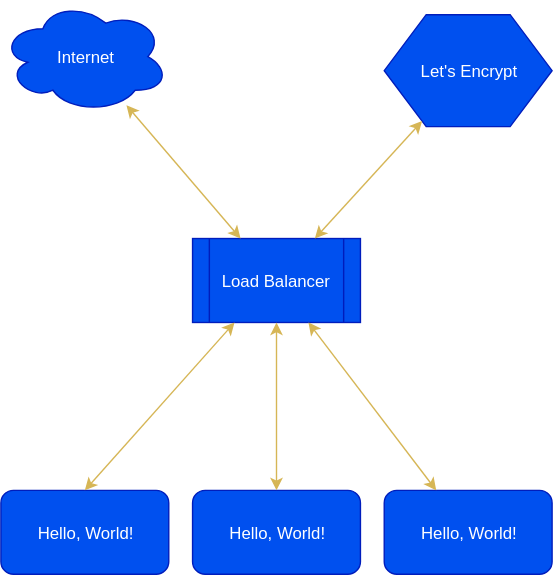
This is docs/assets/images/post/nixos-lb-appserver/design.svg from kalbasit/kalbas.it, a draw.io export, as it was before one commit. Source tidied: cells renumbered, new cells last; positions are measured from the earlier drawing's top-left corner, leaving out a move shared by most shapes.
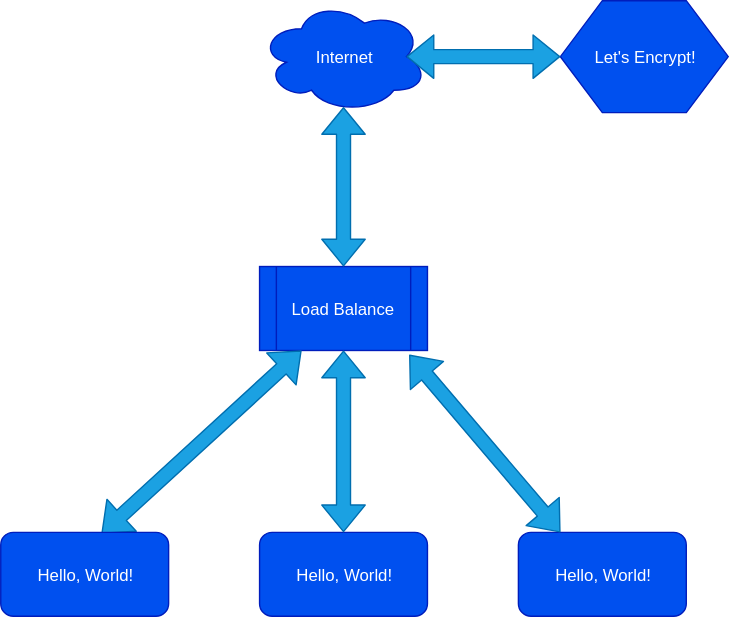
Later version of the same file.

Change to the diagram source:
```diff
@@ -2,38 +2,38 @@
   <root>
     <mxCell id="0" />
     <mxCell id="1" parent="0" />
-    <mxCell id="2" value="Load Balancer&lt;br&gt;" style="shape=process;whiteSpace=wrap;html=1;backgroundOutline=1;fillColor=#0050ef;strokeColor=#001DBC;fontColor=#ffffff;" parent="1" vertex="1">
-      <mxGeometry x="137" y="170" width="120" height="60" as="geometry" />
-    </mxCell>
-    <mxCell id="3" value="Let's Encrypt&lt;br&gt;" style="shape=hexagon;perimeter=hexagonPerimeter2;whiteSpace=wrap;html=1;fillColor=#0050ef;strokeColor=#001DBC;fontColor=#ffffff;" parent="1" vertex="1">
-      <mxGeometry x="274" y="10" width="120" height="80" as="geometry" />
-    </mxCell>
-    <mxCell id="4" value="Hello, World!&lt;br&gt;" style="rounded=1;whiteSpace=wrap;html=1;fillColor=#0050ef;strokeColor=#001DBC;fontColor=#ffffff;" parent="1" vertex="1">
-      <mxGeometry y="350" width="120" height="60" as="geometry" />
-    </mxCell>
-    <mxCell id="5" value="Hello, World!&lt;br&gt;" style="rounded=1;whiteSpace=wrap;html=1;fillColor=#0050ef;strokeColor=#001DBC;fontColor=#ffffff;" parent="1" vertex="1">
-      <mxGeometry x="137" y="350" width="120" height="60" as="geometry" />
-    </mxCell>
-    <mxCell id="6" value="Hello, World!&lt;br&gt;" style="rounded=1;whiteSpace=wrap;html=1;fillColor=#0050ef;strokeColor=#001DBC;fontColor=#ffffff;" parent="1" vertex="1">
-      <mxGeometry x="274" y="350" width="120" height="60" as="geometry" />
-    </mxCell>
-    <mxCell id="7" style="endArrow=classic;startArrow=classic;html=1;entryX=0.25;entryY=1;entryDx=0;entryDy=0;exitX=0.5;exitY=0;exitDx=0;exitDy=0;fillColor=#fff2cc;strokeColor=#d6b656;" parent="1" edge="1" source="4" target="2">
-      <mxGeometry relative="1" as="geometry" />
-    </mxCell>
-    <mxCell id="8" style="endArrow=classic;startArrow=classic;html=1;exitX=0.5;exitY=0;exitDx=0;exitDy=0;fillColor=#fff2cc;strokeColor=#d6b656;" parent="1" edge="1" source="5" target="2">
-      <mxGeometry relative="1" as="geometry" />
-    </mxCell>
-    <mxCell id="9" style="endArrow=classic;startArrow=classic;html=1;fillColor=#fff2cc;strokeColor=#d6b656;" parent="1" edge="1" source="6" target="2">
-      <mxGeometry relative="1" as="geometry" />
-    </mxCell>
-    <mxCell id="10" style="endArrow=classic;startArrow=classic;html=1;fillColor=#fff2cc;strokeColor=#d6b656;" parent="1" edge="1" source="3" target="2">
-      <mxGeometry relative="1" as="geometry" />
-    </mxCell>
-    <mxCell id="11" value="Internet" style="ellipse;shape=cloud;whiteSpace=wrap;html=1;fillColor=#0050ef;strokeColor=#001DBC;fontColor=#ffffff;" parent="1" vertex="1">
+    <mxCell id="11" value="Internet&lt;br&gt;" style="ellipse;shape=cloud;whiteSpace=wrap;html=1;fillColor=#0050ef;strokeColor=#001DBC;fontColor=#ffffff;" parent="1" vertex="1">
       <mxGeometry width="120" height="80" as="geometry" />
     </mxCell>
-    <mxCell id="12" style="endArrow=classic;startArrow=classic;html=1;fillColor=#fff2cc;strokeColor=#d6b656;" parent="1" edge="1" source="2" target="11">
-      <mxGeometry relative="1" as="geometry" />
-    </mxCell>
+    <mxCell id="13" value="Let's Encrypt!&lt;br&gt;" style="shape=hexagon;perimeter=hexagonPerimeter2;whiteSpace=wrap;html=1;fillColor=#0050ef;strokeColor=#001DBC;fontColor=#ffffff;" parent="1" vertex="1">
+      <mxGeometry x="215" width="120" height="80" as="geometry" />
+    </mxCell>
+    <mxCell id="14" value="Load Balance&lt;br&gt;" style="shape=process;whiteSpace=wrap;html=1;backgroundOutline=1;fillColor=#0050ef;strokeColor=#001DBC;fontColor=#ffffff;" parent="1" vertex="1">
+      <mxGeometry y="190" width="120" height="60" as="geometry" />
+    </mxCell>
+    <mxCell id="15" style="shape=flexArrow;endArrow=classic;startArrow=classic;html=1;entryX=0;entryY=0.5;entryDx=0;entryDy=0;exitX=0.875;exitY=0.5;exitDx=0;exitDy=0;exitPerimeter=0;fillColor=#1ba1e2;strokeColor=#006EAF;" parent="1" edge="1" source="11" target="13">
+      <mxGeometry relative="1" as="geometry" />
+    </mxCell>
+    <mxCell id="16" style="shape=flexArrow;endArrow=classic;startArrow=classic;html=1;fillColor=#1ba1e2;entryX=0.5;entryY=0.95;entryDx=0;entryDy=0;entryPerimeter=0;exitX=0.5;exitY=0;exitDx=0;exitDy=0;strokeColor=#006EAF;" parent="1" edge="1" source="14" target="11">
+      <mxGeometry relative="1" as="geometry" />
+    </mxCell>
+    <mxCell id="17" style="shape=flexArrow;endArrow=classic;startArrow=classic;html=1;fillColor=#1ba1e2;entryX=0.25;entryY=1;entryDx=0;entryDy=0;strokeColor=#006EAF;exitX=0.6;exitY=0.017;exitDx=0;exitDy=0;exitPerimeter=0;" parent="1" edge="1" source="18" target="14">
+      <mxGeometry relative="1" as="geometry" />
+    </mxCell>
+    <mxCell id="18" value="Hello, World!" style="rounded=1;whiteSpace=wrap;html=1;fillColor=#0050ef;strokeColor=#001DBC;fontColor=#ffffff;" parent="1" vertex="1">
+      <mxGeometry x="-185" y="380" width="120" height="60" as="geometry" />
+    </mxCell>
+    <mxCell id="19" value="&lt;span&gt;Hello, World!&lt;/span&gt;" style="rounded=1;whiteSpace=wrap;html=1;fillColor=#0050ef;strokeColor=#001DBC;fontColor=#ffffff;" parent="1" vertex="1">
+      <mxGeometry y="380" width="120" height="60" as="geometry" />
+    </mxCell>
+    <mxCell id="20" value="&lt;span&gt;Hello, World!&lt;/span&gt;" style="rounded=1;whiteSpace=wrap;html=1;fillColor=#0050ef;strokeColor=#001DBC;fontColor=#ffffff;" parent="1" vertex="1">
+      <mxGeometry x="185" y="380" width="120" height="60" as="geometry" />
+    </mxCell>
+    <mxCell id="21" style="shape=flexArrow;endArrow=classic;startArrow=classic;html=1;fillColor=#1ba1e2;entryX=0.5;entryY=1;entryDx=0;entryDy=0;strokeColor=#006EAF;exitX=0.5;exitY=0;exitDx=0;exitDy=0;" parent="1" edge="1" source="19" target="14">
+      <mxGeometry relative="1" as="geometry" />
+    </mxCell>
+    <mxCell id="22" style="shape=flexArrow;endArrow=classic;startArrow=classic;html=1;fillColor=#1ba1e2;entryX=0.892;entryY=1.05;entryDx=0;entryDy=0;strokeColor=#006EAF;exitX=0.25;exitY=0;exitDx=0;exitDy=0;entryPerimeter=0;" parent="1" edge="1" source="20" target="14">
+      <mxGeometry relative="1" as="geometry" />
+    </mxCell>
   </root>
 </mxGraphModel>
```
